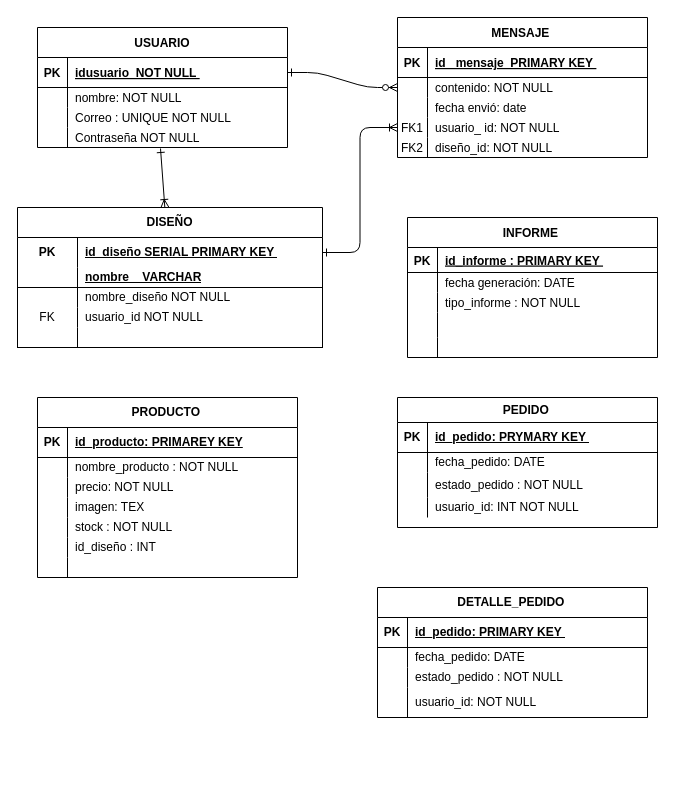
cesar1344/proyecto keeps this draw.io diagram as proyecto numero 2/database_uml_diagram.drawio. Above is the earlier version. Source tidied: cells renumbered, new cells numbered last; positions are measured from the earlier drawing's top-left corner, leaving out a move shared by most shapes. Both pictures are drawn from the tidied source at 100%, with x=0, y=0 at pixel (17, 17).
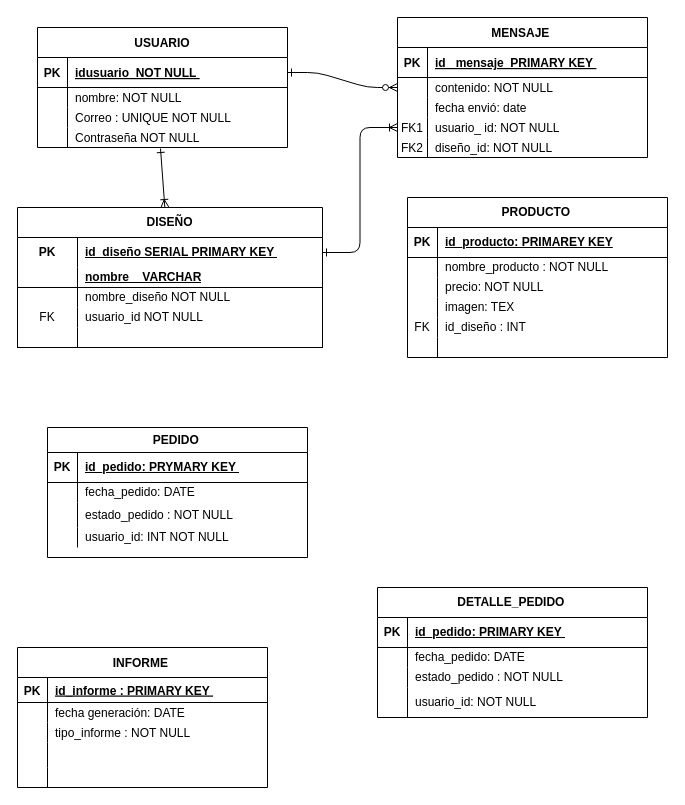
After the change.

Diff of the diagram source:
```diff
@@
     <mxCell id="19" value="INFORME " style="shape=table;startSize=30;childLayout=tableLayout;rowLines=0;fontStyle=1;align=center;" parent="1" vertex="1">
-      <mxGeometry x="390" y="200" width="250" height="140" as="geometry" />
+      <mxGeometry y="630" width="250" height="140" as="geometry" />
     </mxCell>
@@
     <mxCell id="64" value="PRODUCTO&amp;nbsp;" style="shape=table;startSize=30;childLayout=tableLayout;rowLines=0;fontStyle=1;align=center;html=1;" parent="1" vertex="1">
-      <mxGeometry x="20" y="380" width="260" height="180" as="geometry" />
+      <mxGeometry x="390" y="180" width="260" height="160" as="geometry" />
     </mxCell>
@@
-    <mxCell id="77" style="shape=tableRow;horizontal=0;startSize=0;swimlaneHead=0;swimlaneBody=0;fillColor=none;top=0;left=0;right=0;bottom=0;" parent="64" vertex="1">
-      <mxGeometry y="120" width="260" height="20" as="geometry" />
-    </mxCell>
-    <mxCell id="78" style="shape=partialRectangle;fillColor=none;top=0;left=0;bottom=0;right=0;overflow=hidden;whiteSpace=wrap;html=1;" parent="77" vertex="1">
-      <mxGeometry width="30" height="20" as="geometry" />
-    </mxCell>
-    <mxCell id="79" value="stock : NOT NULL&amp;nbsp;" style="shape=partialRectangle;fillColor=none;top=0;left=0;bottom=0;right=0;align=left;spacingLeft=6;overflow=hidden;whiteSpace=wrap;html=1;" parent="77" vertex="1">
-      <mxGeometry x="30" width="230" height="20" as="geometry" />
-    </mxCell>
     <mxCell id="80" style="shape=tableRow;horizontal=0;startSize=0;swimlaneHead=0;swimlaneBody=0;fillColor=none;top=0;left=0;right=0;bottom=0;" parent="64" vertex="1">
-      <mxGeometry y="140" width="260" height="20" as="geometry" />
+      <mxGeometry y="120" width="260" height="20" as="geometry" />
     </mxCell>
-    <mxCell id="81" style="shape=partialRectangle;fillColor=none;top=0;left=0;bottom=0;right=0;overflow=hidden;whiteSpace=wrap;html=1;" parent="80" vertex="1">
+    <mxCell id="81" value="FK" style="shape=partialRectangle;fillColor=none;top=0;left=0;bottom=0;right=0;overflow=hidden;whiteSpace=wrap;html=1;" parent="80" vertex="1">
       <mxGeometry width="30" height="20" as="geometry" />
     </mxCell>
@@
     <mxCell id="83" style="shape=tableRow;horizontal=0;startSize=0;swimlaneHead=0;swimlaneBody=0;fillColor=none;top=0;left=0;right=0;bottom=0;" parent="64" vertex="1">
-      <mxGeometry y="160" width="260" height="20" as="geometry" />
+      <mxGeometry y="140" width="260" height="20" as="geometry" />
     </mxCell>
@@
     <mxCell id="86" value="PEDIDO&amp;nbsp;" style="shape=table;startSize=25;childLayout=tableLayout;rowLines=0;fontStyle=1;align=center;html=1;" parent="1" vertex="1">
-      <mxGeometry x="380" y="380" width="260" height="130" as="geometry" />
+      <mxGeometry x="30" y="410" width="260" height="130" as="geometry" />
     </mxCell>
```
